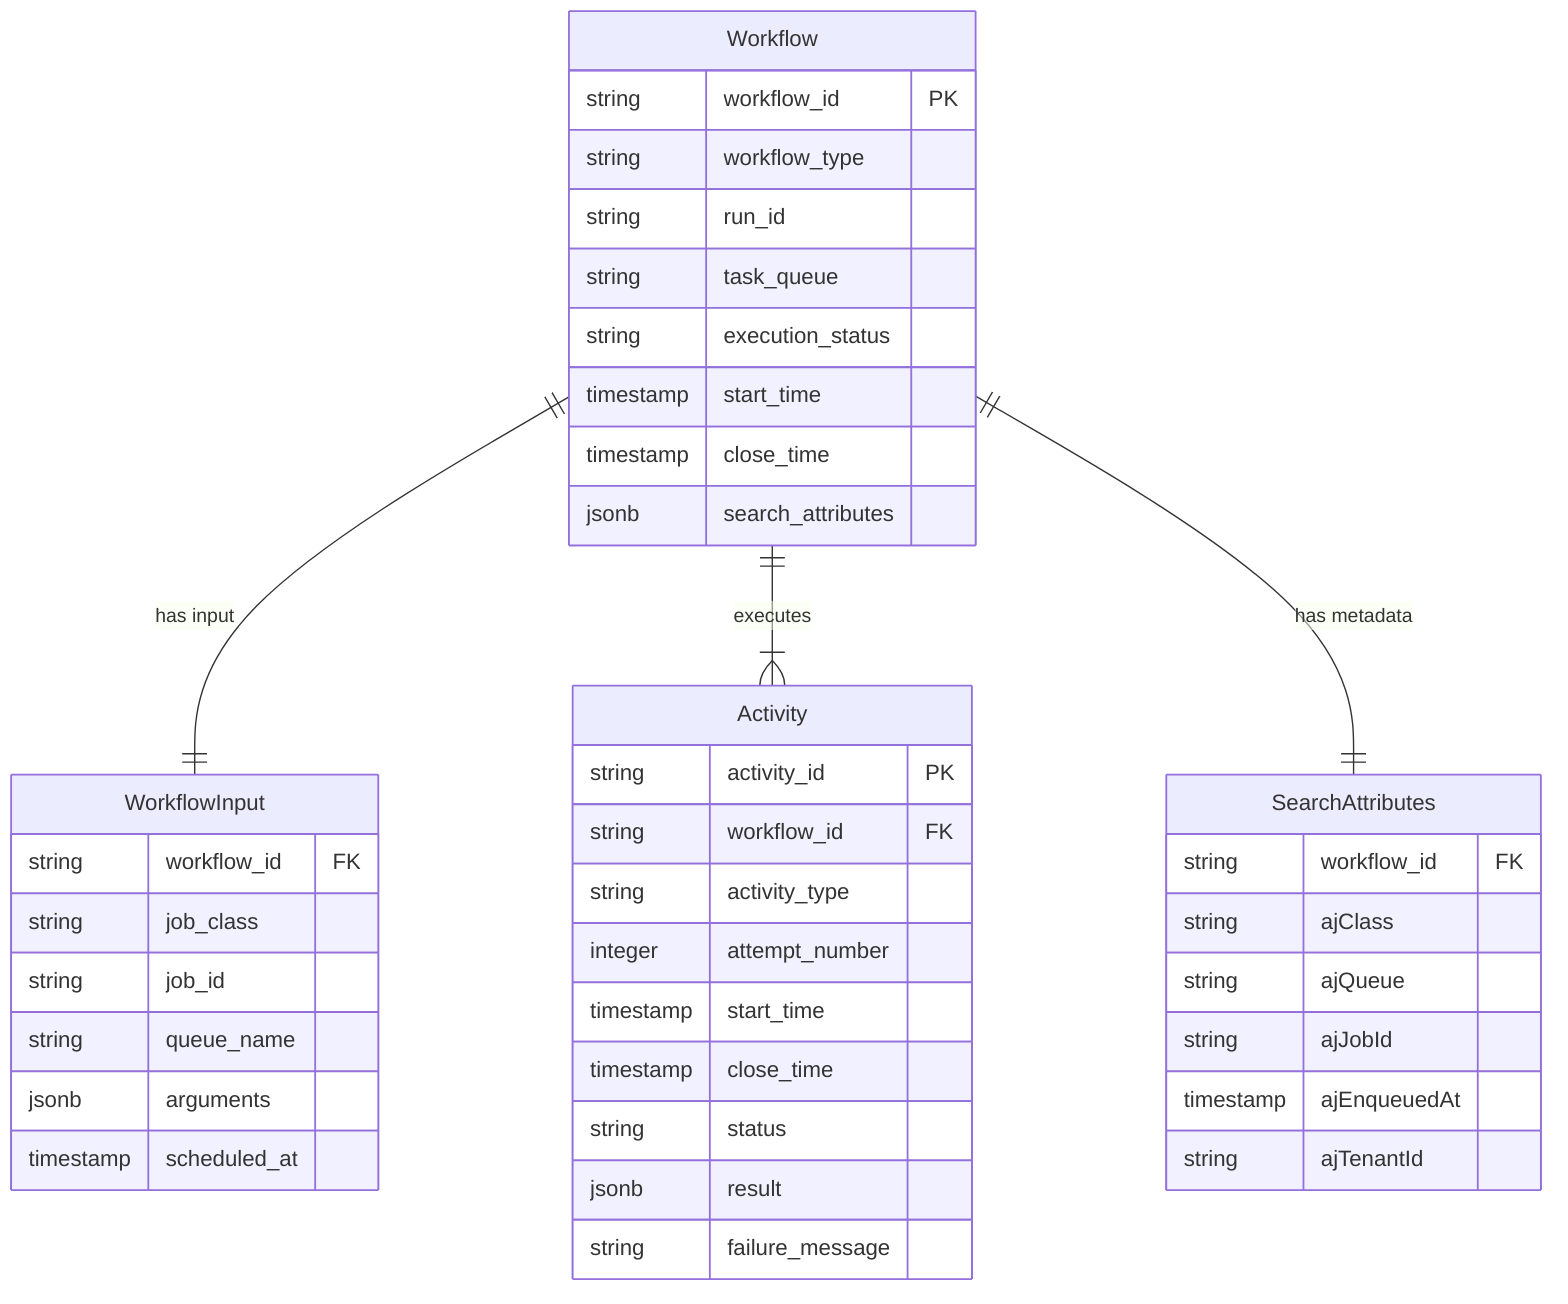
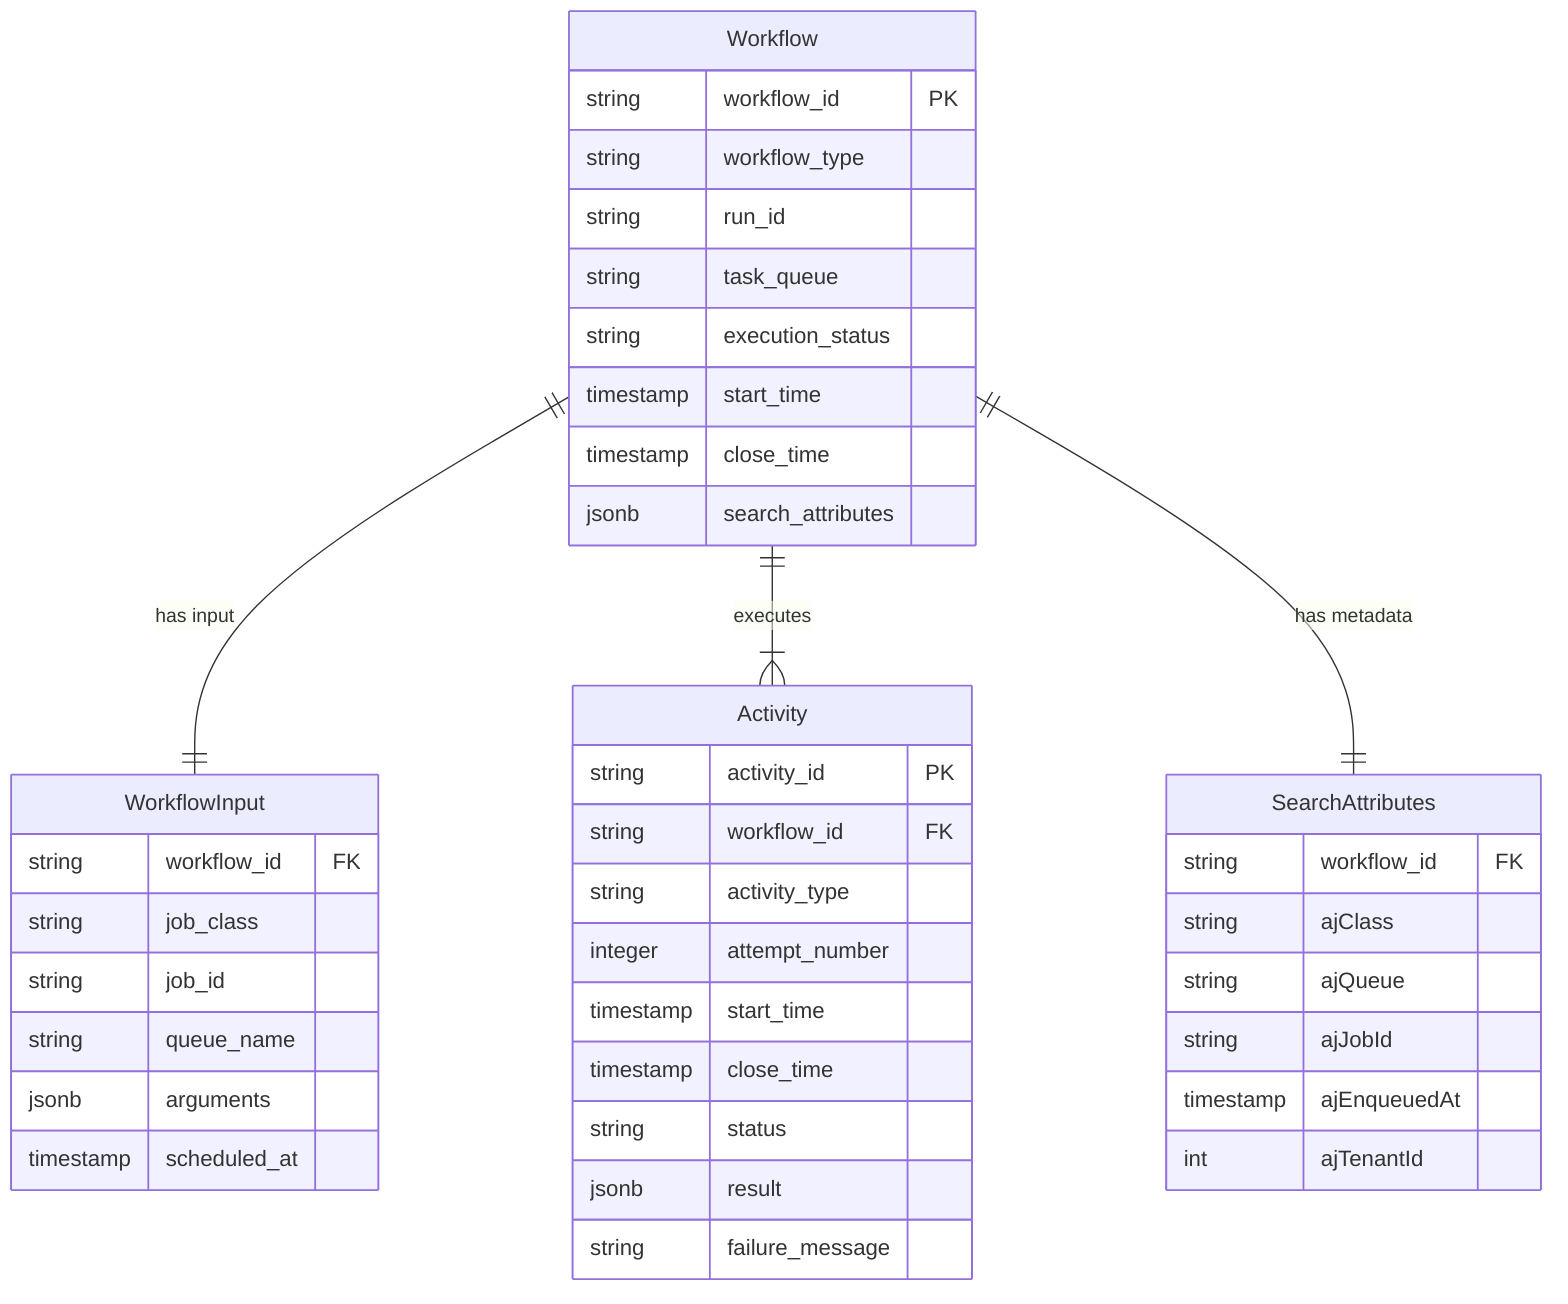
erDiagram
    Workflow {
        string workflow_id PK
        string workflow_type
        string run_id
        string task_queue
        string execution_status
        timestamp start_time
        timestamp close_time
        jsonb search_attributes
    }

    WorkflowInput {
        string workflow_id FK
        string job_class
        string job_id
        string queue_name
        jsonb arguments
        timestamp scheduled_at
    }
    %% scheduled_at present only for delayed jobs

    %% ActivityExecution in docs → Activity entity here
    Activity {
        string activity_id PK
        string workflow_id FK
        string activity_type
        integer attempt_number
        timestamp start_time
        timestamp close_time
        string status
        jsonb result
        string failure_message
    }
    %% result/failure_message populated only when activity completes/fails

    SearchAttributes {
        string workflow_id FK
        string ajClass
        string ajQueue
        string ajJobId
        timestamp ajEnqueuedAt
-         string ajTenantId
+         int ajTenantId
    }
    %% ajTenantId is optional and set when multi-tenant metadata exists

    Workflow ||--|| WorkflowInput : "has input"
    Workflow ||--|{ Activity : "executes"
    Workflow ||--|| SearchAttributes : "has metadata"
